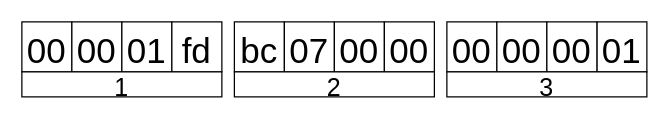
Above: page "P-Frame Header" (4 of 5) of dissector/images/DVRIP_Sofia_headers.drawio in KostasEreksonas/Besder-6024PB-XMA501-ip-camera-security-investigation (draw.io), before the change. Source tidied: cells renumbered, new cells numbered last; positions are measured from the earlier drawing's top-left corner, leaving out a move shared by most shapes. Both pictures are drawn from the tidied source at 125%, with x=0, y=0 at pixel (21, 21).
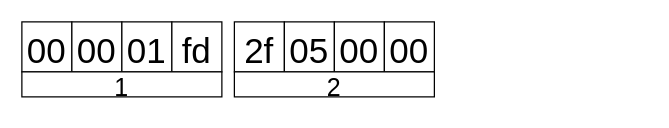
Above is the later version.

What changed in the source:
```diff
@@
 <mxGraphModel>
   <root>
     <mxCell id="0" />
     <mxCell id="1" parent="0" />
     <mxCell id="2" value="00" style="whiteSpace=wrap;html=1;fontSize=28;verticalAlign=top;" parent="1" vertex="1">
       <mxGeometry width="40" height="40" as="geometry" />
     </mxCell>
     <mxCell id="3" value="00" style="whiteSpace=wrap;html=1;fontSize=28;verticalAlign=top;" parent="1" vertex="1">
       <mxGeometry x="40" width="40" height="40" as="geometry" />
     </mxCell>
     <mxCell id="4" value="01" style="whiteSpace=wrap;html=1;fontSize=28;verticalAlign=top;" parent="1" vertex="1">
       <mxGeometry x="80" width="40" height="40" as="geometry" />
     </mxCell>
     <mxCell id="5" value="fd" style="whiteSpace=wrap;html=1;fontSize=28;verticalAlign=top;" parent="1" vertex="1">
       <mxGeometry x="120" width="40" height="40" as="geometry" />
     </mxCell>
-    <mxCell id="6" value="bc" style="whiteSpace=wrap;html=1;fontSize=28;verticalAlign=top;" parent="1" vertex="1">
+    <mxCell id="6" value="2f" style="whiteSpace=wrap;html=1;fontSize=28;verticalAlign=top;" parent="1" vertex="1">
       <mxGeometry x="170" width="40" height="40" as="geometry" />
     </mxCell>
-    <mxCell id="7" value="07" style="whiteSpace=wrap;html=1;fontSize=28;verticalAlign=top;" parent="1" vertex="1">
+    <mxCell id="7" value="05" style="whiteSpace=wrap;html=1;fontSize=28;verticalAlign=top;" parent="1" vertex="1">
       <mxGeometry x="210" width="40" height="40" as="geometry" />
     </mxCell>
     <mxCell id="8" value="00" style="whiteSpace=wrap;html=1;fontSize=28;verticalAlign=top;" parent="1" vertex="1">
       <mxGeometry x="250" width="40" height="40" as="geometry" />
     </mxCell>
     <mxCell id="9" value="00" style="whiteSpace=wrap;html=1;fontSize=28;verticalAlign=top;" parent="1" vertex="1">
       <mxGeometry x="290" width="40" height="40" as="geometry" />
     </mxCell>
-    <mxCell id="10" value="01" style="whiteSpace=wrap;html=1;fontSize=28;verticalAlign=top;" parent="1" vertex="1">
-      <mxGeometry x="460" width="40" height="40" as="geometry" />
-    </mxCell>
-    <mxCell id="11" value="&lt;div&gt;00&lt;/div&gt;" style="whiteSpace=wrap;html=1;fontSize=28;verticalAlign=top;" parent="1" vertex="1">
-      <mxGeometry x="340" width="40" height="40" as="geometry" />
-    </mxCell>
-    <mxCell id="12" value="00" style="whiteSpace=wrap;html=1;fontSize=28;verticalAlign=top;" parent="1" vertex="1">
-      <mxGeometry x="380" width="40" height="40" as="geometry" />
-    </mxCell>
-    <mxCell id="13" value="00" style="whiteSpace=wrap;html=1;fontSize=28;verticalAlign=top;" parent="1" vertex="1">
-      <mxGeometry x="420" width="40" height="40" as="geometry" />
-    </mxCell>
     <mxCell id="14" value="&lt;font style=&quot;font-size: 20px;&quot;&gt;1&lt;/font&gt;" style="whiteSpace=wrap;html=1;fontSize=28;verticalAlign=middle;imageAspect=1;imageHeight=12;" parent="1" vertex="1">
       <mxGeometry y="40" width="160" height="20" as="geometry" />
     </mxCell>
     <mxCell id="15" value="&lt;font style=&quot;font-size: 20px;&quot;&gt;2&lt;/font&gt;" style="whiteSpace=wrap;html=1;fontSize=28;verticalAlign=middle;imageAspect=1;imageHeight=12;" parent="1" vertex="1">
       <mxGeometry x="170" y="40" width="160" height="20" as="geometry" />
     </mxCell>
-    <mxCell id="16" value="&lt;font style=&quot;font-size: 20px;&quot;&gt;3&lt;/font&gt;" style="whiteSpace=wrap;html=1;fontSize=28;verticalAlign=middle;imageAspect=1;imageHeight=12;" parent="1" vertex="1">
-      <mxGeometry x="340" y="40" width="160" height="20" as="geometry" />
-    </mxCell>
   </root>
 </mxGraphModel>
```
